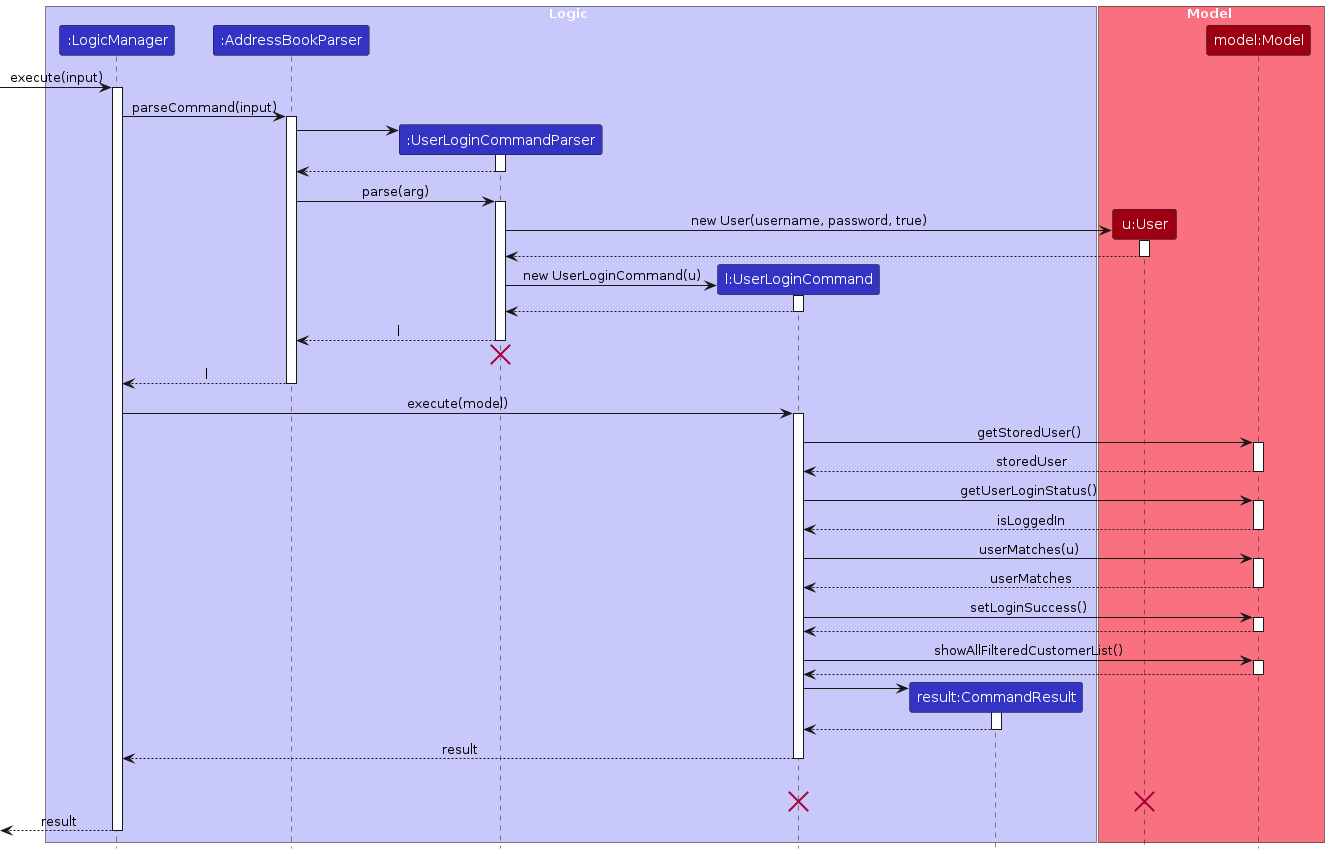
zhonghan721/tp keeps this PlantUML diagram as diagrams/UserLoginSequenceDiagram.png. Above is the earlier version. Its source is kept beside it as diagrams/UserLoginSequenceDiagram.puml.
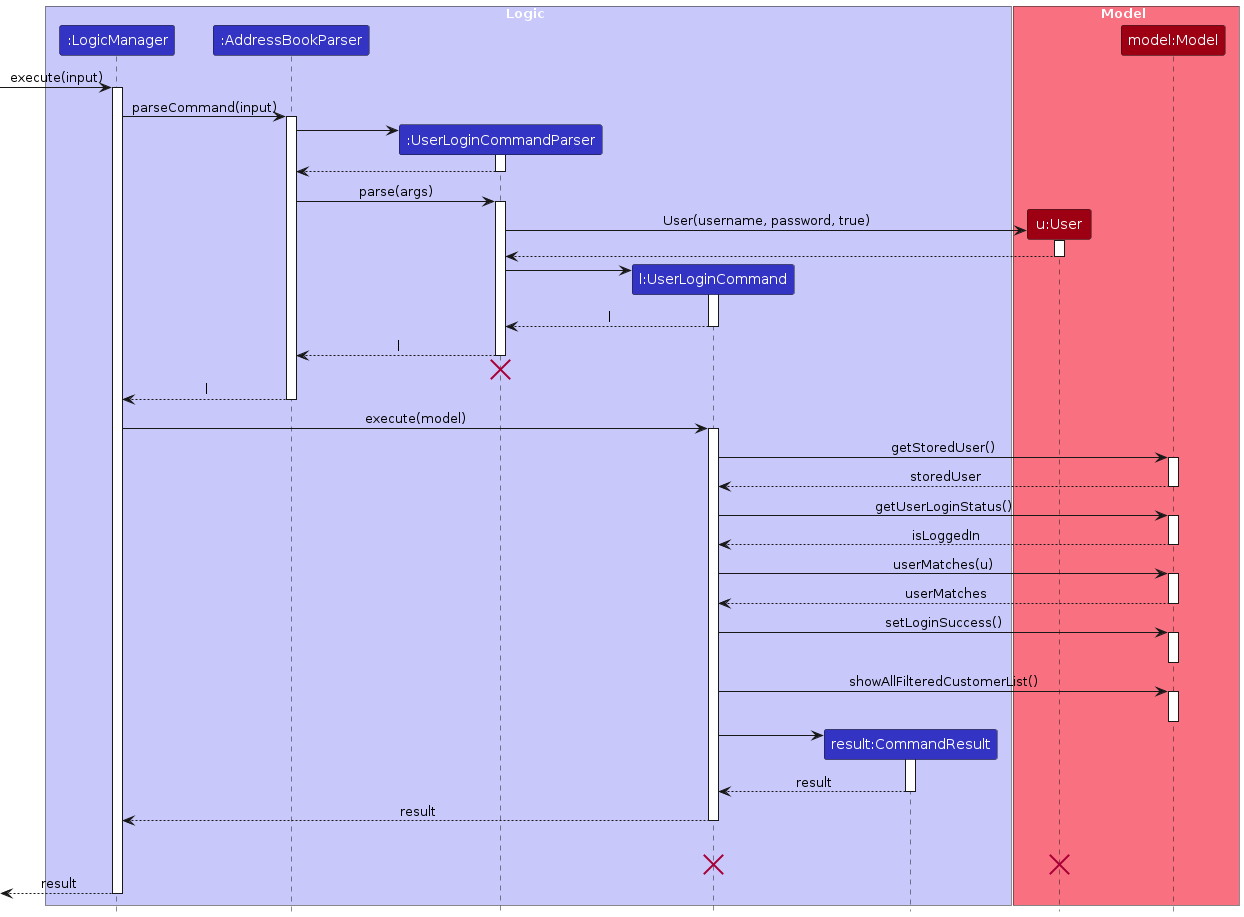
The same file after the commit.

The edit, as a diff of the source:
```diff
@@ -27,21 +27,21 @@
 UserLoginCommandParser --> AddressBookParser
 deactivate UserLoginCommandParser
 
-AddressBookParser -> UserLoginCommandParser : parse(arg)
+AddressBookParser -> UserLoginCommandParser : parse(args)
 activate UserLoginCommandParser
 
 create User
-UserLoginCommandParser -> User : new User(username, password, true)
+UserLoginCommandParser -> User : User(username, password, true)
 activate User
 
 User --> UserLoginCommandParser
 deactivate User
 
 create UserLoginCommand
-UserLoginCommandParser -> UserLoginCommand : new UserLoginCommand(u)
+UserLoginCommandParser -> UserLoginCommand
 activate UserLoginCommand
 
-UserLoginCommand --> UserLoginCommandParser
+UserLoginCommand --> UserLoginCommandParser : l
 deactivate UserLoginCommand
 
 UserLoginCommandParser --> AddressBookParser : l
@@ -76,20 +76,18 @@
 UserLoginCommand -> Model : setLoginSuccess()
 activate Model
 
-Model --> UserLoginCommand
 deactivate Model
 
 UserLoginCommand -> Model : showAllFilteredCustomerList()
 activate Model
 
-Model --> UserLoginCommand
 deactivate Model
 
 create CommandResult
 UserLoginCommand -> CommandResult
 activate CommandResult
 
-CommandResult --> UserLoginCommand
+CommandResult --> UserLoginCommand : result
 deactivate CommandResult
 
 UserLoginCommand --> LogicManager : result
```
